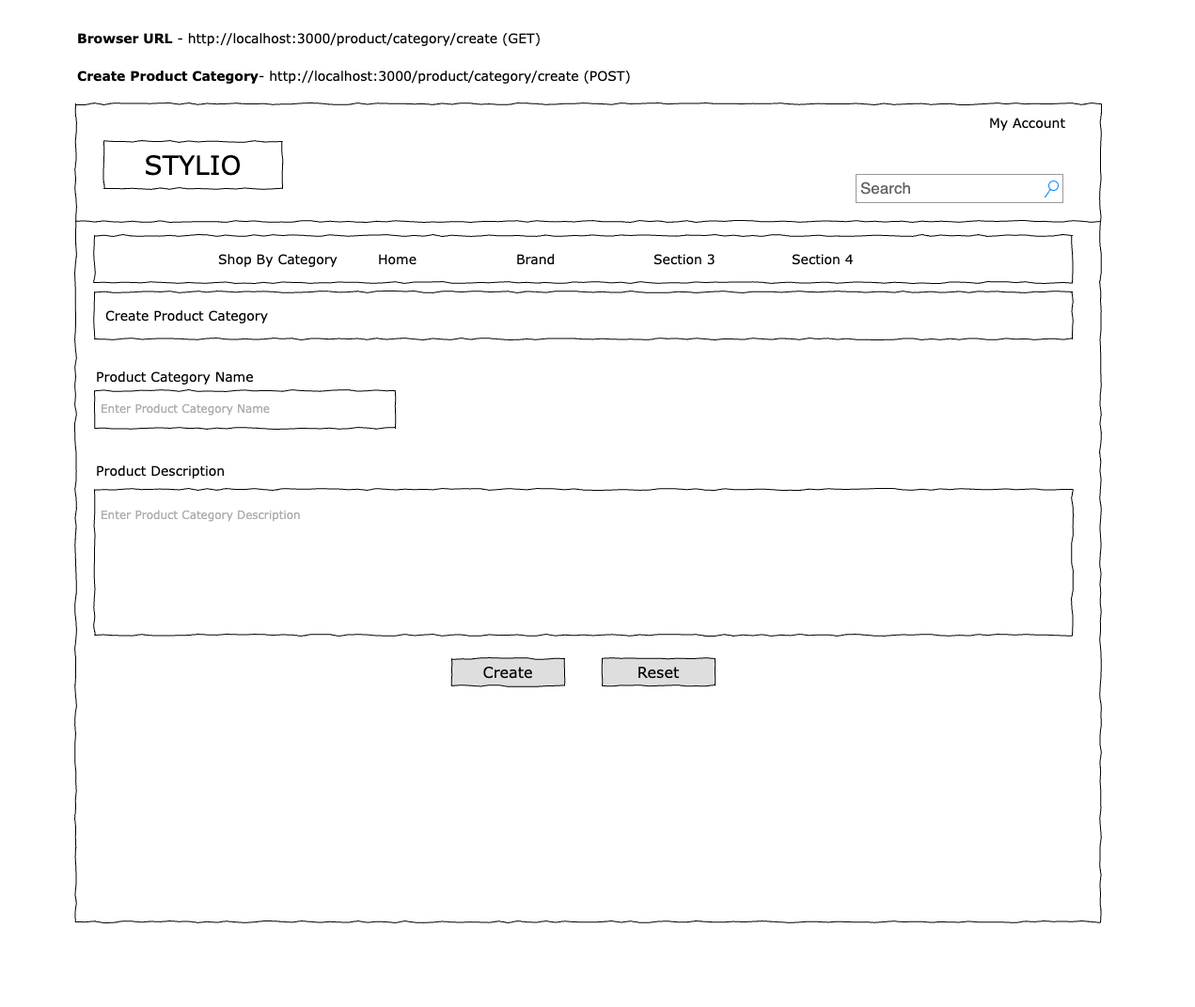
This is stylio/create_product_category.png from reshmanidhish/diagrams, a draw.io export, as it was before one commit. Source tidied: cells renumbered, new cells last; positions are measured from the earlier drawing's top-left corner, leaving out a move shared by most shapes.
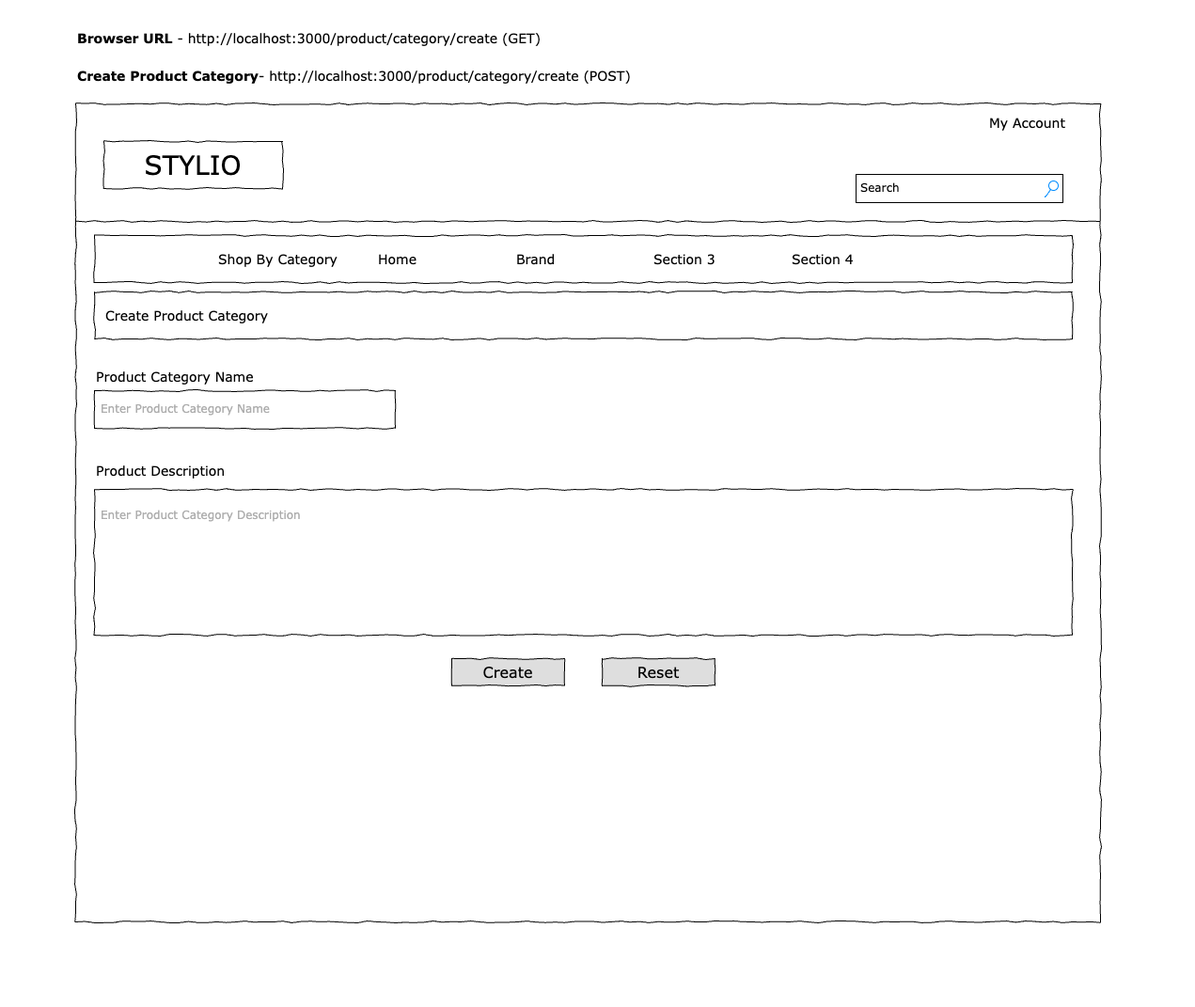
After the commit.

Diff of the diagram source:
```diff
@@ -8,7 +8,7 @@
     <mxCell id="3" value="STYLIO" style="whiteSpace=wrap;html=1;rounded=0;shadow=0;labelBackgroundColor=none;strokeWidth=1;fontFamily=Verdana;fontSize=28;align=center;comic=1;" parent="1" vertex="1">
       <mxGeometry x="110" y="150" width="190" height="50" as="geometry" />
     </mxCell>
-    <mxCell id="4" value="Search" style="strokeWidth=1;shadow=0;dashed=0;align=center;html=1;shape=mxgraph.mockup.forms.searchBox;strokeColor=#999999;mainText=;strokeColor2=#008cff;fontColor=#666666;fontSize=17;align=left;spacingLeft=3;rounded=0;labelBackgroundColor=none;comic=1;" parent="1" vertex="1">
+    <mxCell id="4" value="Search" style="strokeWidth=1;shadow=0;dashed=0;align=center;html=1;shape=mxgraph.mockup.forms.searchBox;strokeColor=default;mainText=;strokeColor2=#008cff;fontColor=default;fontSize=12;align=left;spacingLeft=3;rounded=0;labelBackgroundColor=none;comic=1;fontFamily=Verdana;fillColor=none;" parent="1" vertex="1">
       <mxGeometry x="910" y="185" width="220" height="30" as="geometry" />
     </mxCell>
     <mxCell id="5" value="My Account" style="text;html=1;align=left;verticalAlign=top;spacingTop=-4;fontSize=14;fontFamily=Verdana;" parent="1" vertex="1">
```
